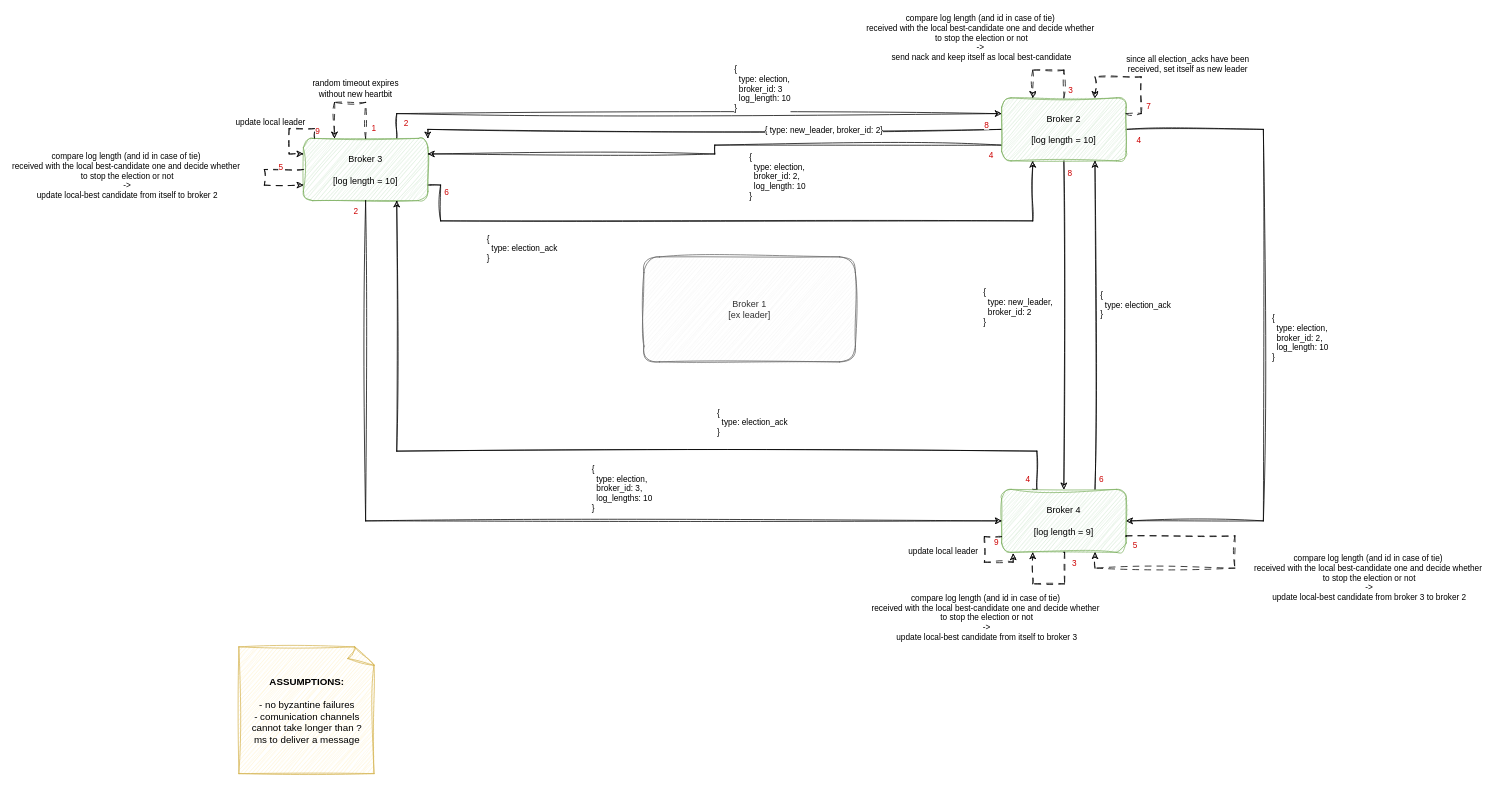
Earlier version of the draw.io diagram page "leader_crash" (4 of 5) of artifacts/DS_Project.drawio (UobinoPino/Reliable-Queuing-System). Source tidied: cells renumbered, new cells numbered last; positions are measured from the earlier drawing's top-left corner, leaving out a move shared by most shapes. Both pictures are drawn from the tidied source at 75%, with x=0, y=0 at pixel (238, 70).
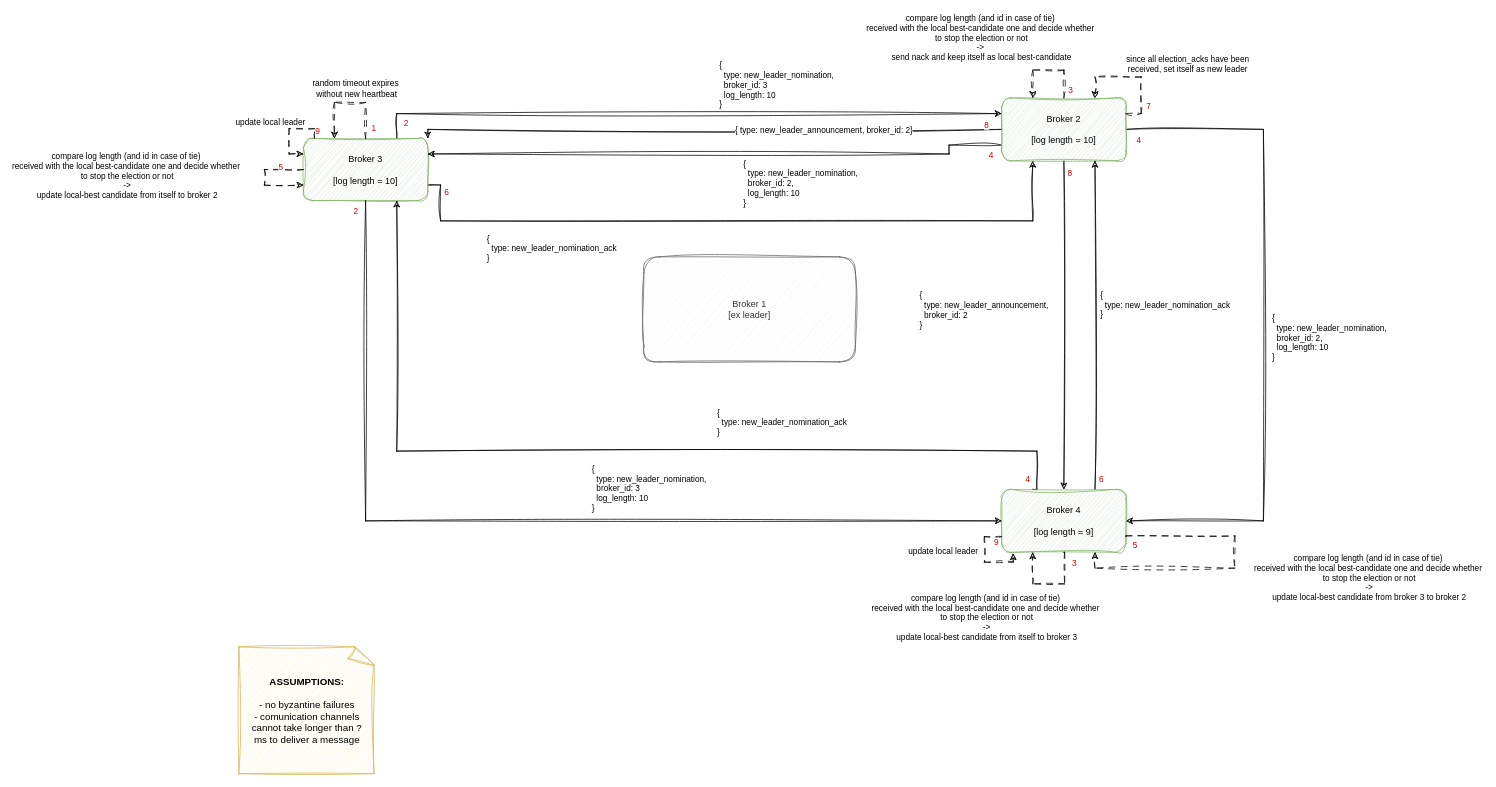
The same page after the edit.

Unchanged cells that the change refers to:
```xml
<mxCell id="2" style="edgeStyle=orthogonalEdgeStyle;shape=connector;rounded=0;sketch=1;jiggle=2;curveFitting=1;jettySize=auto;html=1;exitX=0.75;exitY=0;exitDx=0;exitDy=0;entryX=0;entryY=0.25;entryDx=0;entryDy=0;strokeColor=default;align=left;verticalAlign=middle;fontFamily=Excalifont;fontSize=11;fontColor=default;labelBackgroundColor=default;endArrow=classic;" parent="1" edge="1" source="8" target="24">
  <mxGeometry relative="1" as="geometry" />
</mxCell>
<mxCell id="5" style="edgeStyle=orthogonalEdgeStyle;shape=connector;rounded=0;sketch=1;jiggle=2;curveFitting=1;jettySize=auto;html=1;exitX=1;exitY=0.75;exitDx=0;exitDy=0;entryX=0.25;entryY=1;entryDx=0;entryDy=0;strokeColor=default;align=left;verticalAlign=middle;fontFamily=Excalifont;fontSize=11;fontColor=default;labelBackgroundColor=default;endArrow=classic;" parent="1" edge="1" source="8" target="24">
  <mxGeometry relative="1" as="geometry">
    <Array as="points">
      <mxPoint x="269" y="153" />
      <mxPoint x="269" y="201" />
      <mxPoint x="1058" y="201" />
    </Array>
  </mxGeometry>
</mxCell>
<mxCell id="8" value="&lt;font face=&quot;Excalifont&quot;&gt;Broker 3&lt;/font&gt;&lt;div&gt;&lt;font face=&quot;Excalifont&quot;&gt;&lt;br&gt;&lt;/font&gt;&lt;/div&gt;&lt;div&gt;&lt;font face=&quot;Excalifont&quot;&gt;[log length = 10]&lt;/font&gt;&lt;/div&gt;" style="rounded=1;whiteSpace=wrap;html=1;sketch=1;curveFitting=1;jiggle=2;fontFamily=Excalifont;fillColor=#d5e8d4;strokeColor=#82b366;" parent="1" vertex="1">
  <mxGeometry x="86" y="91" width="166" height="83" as="geometry" />
</mxCell>
<mxCell id="14" style="edgeStyle=orthogonalEdgeStyle;shape=connector;rounded=0;sketch=1;jiggle=2;curveFitting=1;jettySize=auto;html=1;entryX=1;entryY=0.5;entryDx=0;entryDy=0;strokeColor=default;align=left;verticalAlign=middle;fontFamily=Excalifont;fontSize=11;fontColor=default;labelBackgroundColor=default;endArrow=classic;exitX=1;exitY=0.5;exitDx=0;exitDy=0;" parent="1" edge="1" source="24" target="31">
  <mxGeometry relative="1" as="geometry">
    <Array as="points">
      <mxPoint x="1366" y="79" />
      <mxPoint x="1366" y="601" />
    </Array>
  </mxGeometry>
</mxCell>
<mxCell id="18" style="edgeStyle=orthogonalEdgeStyle;shape=connector;rounded=0;sketch=1;jiggle=2;curveFitting=1;jettySize=auto;html=1;exitX=0;exitY=0.5;exitDx=0;exitDy=0;entryX=1;entryY=0;entryDx=0;entryDy=0;strokeColor=default;align=left;verticalAlign=middle;fontFamily=Excalifont;fontSize=11;fontColor=default;labelBackgroundColor=default;endArrow=classic;" parent="1" edge="1" source="24" target="8">
  <mxGeometry relative="1" as="geometry">
    <Array as="points">
      <mxPoint x="252" y="79" />
    </Array>
  </mxGeometry>
</mxCell>
<mxCell id="21" style="edgeStyle=orthogonalEdgeStyle;shape=connector;rounded=0;sketch=1;jiggle=2;curveFitting=1;jettySize=auto;html=1;strokeColor=default;align=left;verticalAlign=middle;fontFamily=Excalifont;fontSize=11;fontColor=default;labelBackgroundColor=default;endArrow=classic;entryX=0.5;entryY=0;entryDx=0;entryDy=0;" parent="1" edge="1" source="24" target="31">
  <mxGeometry relative="1" as="geometry" />
</mxCell>
<mxCell id="24" value="&lt;font face=&quot;Excalifont&quot;&gt;Broker 2&lt;/font&gt;&lt;div&gt;&lt;font face=&quot;Excalifont&quot;&gt;&lt;br&gt;&lt;/font&gt;&lt;/div&gt;&lt;div&gt;&lt;font face=&quot;Excalifont&quot;&gt;[log length = 10]&lt;/font&gt;&lt;/div&gt;" style="rounded=1;whiteSpace=wrap;html=1;sketch=1;curveFitting=1;jiggle=2;fontFamily=Excalifont;fillColor=#d5e8d4;strokeColor=#82b366;" parent="1" vertex="1">
  <mxGeometry x="1017" y="37" width="166" height="84" as="geometry" />
</mxCell>
<mxCell id="25" style="edgeStyle=orthogonalEdgeStyle;shape=connector;rounded=0;sketch=1;jiggle=2;curveFitting=1;jettySize=auto;html=1;exitX=0.25;exitY=0;exitDx=0;exitDy=0;entryX=0.75;entryY=1;entryDx=0;entryDy=0;strokeColor=default;align=left;verticalAlign=middle;fontFamily=Excalifont;fontSize=11;fontColor=default;labelBackgroundColor=default;endArrow=classic;" parent="1" edge="1" source="31" target="8">
  <mxGeometry relative="1" as="geometry">
    <Array as="points">
      <mxPoint x="1064" y="508" />
      <mxPoint x="211" y="508" />
    </Array>
  </mxGeometry>
</mxCell>
<mxCell id="28" style="edgeStyle=orthogonalEdgeStyle;shape=connector;rounded=0;sketch=1;jiggle=2;curveFitting=1;jettySize=auto;html=1;exitX=0.75;exitY=0;exitDx=0;exitDy=0;entryX=0.75;entryY=1;entryDx=0;entryDy=0;strokeColor=default;align=left;verticalAlign=middle;fontFamily=Excalifont;fontSize=11;fontColor=default;labelBackgroundColor=default;endArrow=classic;" parent="1" edge="1" source="31" target="24">
  <mxGeometry relative="1" as="geometry" />
</mxCell>
<mxCell id="32" style="edgeStyle=orthogonalEdgeStyle;shape=connector;rounded=0;sketch=1;jiggle=2;curveFitting=1;orthogonalLoop=1;jettySize=auto;html=1;exitX=0.5;exitY=0;exitDx=0;exitDy=0;entryX=0.25;entryY=0;entryDx=0;entryDy=0;strokeColor=default;align=left;verticalAlign=middle;fontFamily=Excalifont;fontSize=11;fontColor=default;labelBackgroundColor=default;endArrow=classic;dashed=1;dashPattern=8 8;" parent="1" edge="1" source="8" target="8">
  <mxGeometry relative="1" as="geometry">
    <Array as="points">
      <mxPoint x="169" y="43" />
      <mxPoint x="128" y="43" />
    </Array>
  </mxGeometry>
</mxCell>
<mxCell id="36" style="edgeStyle=orthogonalEdgeStyle;shape=connector;rounded=0;sketch=1;jiggle=2;curveFitting=1;jettySize=auto;html=1;exitX=0.5;exitY=1;exitDx=0;exitDy=0;entryX=0;entryY=0.5;entryDx=0;entryDy=0;strokeColor=default;align=left;verticalAlign=middle;fontFamily=Excalifont;fontSize=11;fontColor=default;labelBackgroundColor=default;endArrow=classic;" parent="1" edge="1" source="8" target="31">
  <mxGeometry relative="1" as="geometry" />
</mxCell>
```

Change to the diagram source:
```diff
@@
-    <mxCell id="4" value="{&lt;div&gt;&amp;nbsp; type: election,&lt;/div&gt;&lt;div&gt;&amp;nbsp; broker_id: 3&lt;br&gt;&amp;nbsp; log_length: 10&lt;/div&gt;&lt;div&gt;}&lt;/div&gt;" style="edgeLabel;html=1;align=left;verticalAlign=middle;rounded=1;sketch=1;jiggle=2;curveFitting=1;strokeColor=default;fontFamily=Excalifont;fontSize=11;fontColor=default;labelBackgroundColor=default;fillColor=default;" parent="2" vertex="1">
+    <mxCell id="4" value="{&lt;div&gt;&amp;nbsp; type: new_leader_nomination,&lt;/div&gt;&lt;div&gt;&amp;nbsp; broker_id: 3&lt;br&gt;&amp;nbsp; log_length: 10&lt;/div&gt;&lt;div&gt;}&lt;/div&gt;" style="edgeLabel;html=1;align=left;verticalAlign=middle;rounded=1;sketch=1;jiggle=2;curveFitting=1;strokeColor=default;fontFamily=Excalifont;fontSize=11;fontColor=default;labelBackgroundColor=default;fillColor=default;" parent="2" vertex="1">
       <mxGeometry x="0.13" relative="1" as="geometry">
-        <mxPoint x="7" y="-34" as="offset" />
+        <mxPoint x="-13" y="-39" as="offset" />
       </mxGeometry>
     </mxCell>
@@
-    <mxCell id="7" value="{&lt;div&gt;&amp;nbsp; type: election_ack&lt;/div&gt;&lt;div&gt;}&lt;/div&gt;" style="edgeLabel;html=1;align=left;verticalAlign=middle;fontFamily=Excalifont;fontSize=11;fontColor=default;labelBackgroundColor=default;" parent="5" vertex="1">
+    <mxCell id="7" value="{&lt;div&gt;&amp;nbsp; type: new_leader_nomination_ack&lt;br&gt;&lt;/div&gt;&lt;div&gt;}&lt;/div&gt;" style="edgeLabel;html=1;align=left;verticalAlign=middle;fontFamily=Excalifont;fontSize=11;fontColor=default;labelBackgroundColor=default;" parent="5" vertex="1">
       <mxGeometry x="-0.61" y="2" relative="1" as="geometry">
         <mxPoint x="-57" y="38" as="offset" />
       </mxGeometry>
     </mxCell>
@@
     <mxCell id="10" style="edgeStyle=orthogonalEdgeStyle;shape=connector;rounded=0;sketch=1;jiggle=2;curveFitting=1;jettySize=auto;html=1;exitX=0;exitY=0.75;exitDx=0;exitDy=0;entryX=1;entryY=0.25;entryDx=0;entryDy=0;strokeColor=default;align=left;verticalAlign=middle;fontFamily=Excalifont;fontSize=11;fontColor=default;labelBackgroundColor=default;endArrow=classic;" parent="1" edge="1" source="24" target="8">
-      <mxGeometry relative="1" as="geometry" />
+      <mxGeometry relative="1" as="geometry">
+        <Array as="points">
+          <mxPoint x="947" y="100" />
+          <mxPoint x="947" y="112" />
+        </Array>
+      </mxGeometry>
     </mxCell>
@@
-    <mxCell id="12" value="{&lt;div&gt;&amp;nbsp; type: election,&lt;/div&gt;&lt;div&gt;&amp;nbsp; broker_id: 2,&lt;/div&gt;&lt;div&gt;&amp;nbsp; log_length: 10&lt;/div&gt;&lt;div&gt;}&lt;/div&gt;" style="edgeLabel;html=1;align=left;verticalAlign=middle;rounded=1;sketch=1;jiggle=2;curveFitting=1;strokeColor=default;fontFamily=Excalifont;fontSize=11;fontColor=default;labelBackgroundColor=default;fillColor=default;" parent="10" vertex="1">
+    <mxCell id="12" value="{&lt;div&gt;&amp;nbsp; type: new_leader_nomination,&lt;/div&gt;&lt;div&gt;&amp;nbsp; broker_id: 2,&lt;/div&gt;&lt;div&gt;&amp;nbsp; log_length: 10&lt;/div&gt;&lt;div&gt;}&lt;/div&gt;" style="edgeLabel;html=1;align=left;verticalAlign=middle;rounded=1;sketch=1;jiggle=2;curveFitting=1;strokeColor=default;fontFamily=Excalifont;fontSize=11;fontColor=default;labelBackgroundColor=default;fillColor=default;" parent="10" vertex="1">
       <mxGeometry x="-0.27" y="-1" relative="1" as="geometry">
-        <mxPoint x="-54" y="42" as="offset" />
+        <mxPoint x="-74" y="40" as="offset" />
       </mxGeometry>
     </mxCell>
@@
-    <mxCell id="17" value="&lt;span style=&quot;&quot;&gt;{&lt;/span&gt;&lt;div style=&quot;&quot;&gt;&amp;nbsp; type: election,&lt;/div&gt;&lt;div style=&quot;&quot;&gt;&amp;nbsp; broker_id: 2,&lt;/div&gt;&lt;div style=&quot;&quot;&gt;&amp;nbsp; log_length: 10&lt;/div&gt;&lt;div style=&quot;&quot;&gt;}&lt;/div&gt;" style="edgeLabel;html=1;align=left;verticalAlign=middle;fontFamily=Excalifont;fontSize=11;fontColor=default;labelBackgroundColor=default;" parent="14" vertex="1">
+    <mxCell id="17" value="{&lt;div&gt;&amp;nbsp; type: new_leader_nomination,&lt;/div&gt;&lt;div&gt;&amp;nbsp; broker_id: 2,&lt;/div&gt;&lt;div&gt;&amp;nbsp; log_length: 10&lt;/div&gt;&lt;div&gt;}&lt;/div&gt;" style="edgeLabel;html=1;align=left;verticalAlign=middle;fontFamily=Excalifont;fontSize=11;fontColor=default;labelBackgroundColor=default;" parent="14" vertex="1">
       <mxGeometry x="-0.1" y="-1" relative="1" as="geometry">
         <mxPoint x="11" y="60" as="offset" />
       </mxGeometry>
     </mxCell>
@@
-    <mxCell id="20" value="{ type: new_leader, broker_id: 2}" style="edgeLabel;html=1;align=center;verticalAlign=middle;fontFamily=Excalifont;fontSize=11;fontColor=default;labelBackgroundColor=default;" parent="18" vertex="1">
+    <mxCell id="20" value="{ type: new_leader_announcement, broker_id: 2}" style="edgeLabel;html=1;align=center;verticalAlign=middle;fontFamily=Excalifont;fontSize=11;fontColor=default;labelBackgroundColor=default;" parent="18" vertex="1">
       <mxGeometry x="-0.43" y="2" relative="1" as="geometry">
         <mxPoint x="-17" y="-2" as="offset" />
       </mxGeometry>
     </mxCell>
@@
-    <mxCell id="22" value="{&lt;div&gt;&amp;nbsp; type: new_leader,&lt;/div&gt;&lt;div&gt;&amp;nbsp; broker_id: 2&lt;/div&gt;&lt;div&gt;}&lt;/div&gt;" style="edgeLabel;html=1;align=left;verticalAlign=middle;fontFamily=Excalifont;fontSize=11;fontColor=default;labelBackgroundColor=default;" parent="21" vertex="1">
+    <mxCell id="22" value="{&lt;div&gt;&amp;nbsp; type: new_leader_announcement,&lt;/div&gt;&lt;div&gt;&amp;nbsp; broker_id: 2&lt;/div&gt;&lt;div&gt;}&lt;/div&gt;" style="edgeLabel;html=1;align=left;verticalAlign=middle;fontFamily=Excalifont;fontSize=11;fontColor=default;labelBackgroundColor=default;" parent="21" vertex="1">
       <mxGeometry x="-0.11" y="-3" relative="1" as="geometry">
-        <mxPoint x="-106" y="-1" as="offset" />
+        <mxPoint x="-191" y="3" as="offset" />
       </mxGeometry>
     </mxCell>
@@
-    <mxCell id="27" value="&lt;span style=&quot;&quot;&gt;{&lt;/span&gt;&lt;div style=&quot;&quot;&gt;&amp;nbsp; type: election_ack&lt;br&gt;&lt;/div&gt;&lt;div style=&quot;&quot;&gt;}&lt;/div&gt;" style="edgeLabel;html=1;align=left;verticalAlign=middle;rounded=1;sketch=1;jiggle=2;curveFitting=1;strokeColor=default;fontFamily=Excalifont;fontSize=11;fontColor=default;labelBackgroundColor=default;fillColor=default;" parent="25" vertex="1">
+    <mxCell id="27" value="&lt;span style=&quot;&quot;&gt;{&lt;/span&gt;&lt;div style=&quot;&quot;&gt;&amp;nbsp; type: new_leader_nomination_ack&lt;br&gt;&lt;/div&gt;&lt;div style=&quot;&quot;&gt;}&lt;/div&gt;" style="edgeLabel;html=1;align=left;verticalAlign=middle;rounded=1;sketch=1;jiggle=2;curveFitting=1;strokeColor=default;fontFamily=Excalifont;fontSize=11;fontColor=default;labelBackgroundColor=default;fillColor=default;" parent="25" vertex="1">
       <mxGeometry x="-0.26" relative="1" as="geometry">
         <mxPoint x="-25" y="-39" as="offset" />
       </mxGeometry>
     </mxCell>
@@
-    <mxCell id="30" value="{&lt;div&gt;&amp;nbsp; type: election_ack&lt;/div&gt;&lt;div&gt;}&lt;/div&gt;" style="edgeLabel;html=1;align=left;verticalAlign=middle;fontFamily=Excalifont;fontSize=11;fontColor=default;labelBackgroundColor=default;" parent="28" vertex="1">
+    <mxCell id="30" value="{&lt;div&gt;&amp;nbsp; type: new_leader_nomination_ack&lt;br&gt;&lt;/div&gt;&lt;div&gt;}&lt;/div&gt;" style="edgeLabel;html=1;align=left;verticalAlign=middle;fontFamily=Excalifont;fontSize=11;fontColor=default;labelBackgroundColor=default;" parent="28" vertex="1">
       <mxGeometry x="0.22" relative="1" as="geometry">
         <mxPoint x="5" y="20" as="offset" />
       </mxGeometry>
     </mxCell>
@@
-    <mxCell id="33" value="random timeout expires&amp;nbsp;&lt;div&gt;without new heartbit&amp;nbsp;&lt;/div&gt;" style="edgeLabel;html=1;align=center;verticalAlign=middle;rounded=1;sketch=1;jiggle=2;curveFitting=1;strokeColor=default;fontFamily=Excalifont;fontSize=11;fontColor=default;labelBackgroundColor=default;fillColor=default;" parent="32" vertex="1">
+    <mxCell id="33" value="random timeout expires&amp;nbsp;&lt;div&gt;without new heartbeat&lt;/div&gt;" style="edgeLabel;html=1;align=center;verticalAlign=middle;rounded=1;sketch=1;jiggle=2;curveFitting=1;strokeColor=default;fontFamily=Excalifont;fontSize=11;fontColor=default;labelBackgroundColor=default;fillColor=default;" parent="32" vertex="1">
       <mxGeometry x="-0.16" y="1" relative="1" as="geometry">
         <mxPoint x="-3" y="-20" as="offset" />
       </mxGeometry>
     </mxCell>
@@
-    <mxCell id="38" value="{&lt;div&gt;&amp;nbsp; type: election,&lt;br&gt;&amp;nbsp; broker_id: 3,&lt;br&gt;&amp;nbsp; log_lengths: 10&lt;/div&gt;&lt;div&gt;}&lt;/div&gt;" style="edgeLabel;html=1;align=left;verticalAlign=middle;rounded=1;sketch=1;jiggle=2;curveFitting=1;strokeColor=default;fontFamily=Excalifont;fontSize=11;fontColor=default;labelBackgroundColor=default;fillColor=default;" parent="36" vertex="1">
+    <mxCell id="38" value="{&lt;div&gt;&amp;nbsp; type: new_leader_nomination,&lt;/div&gt;&lt;div&gt;&amp;nbsp; broker_id: 3&lt;br&gt;&amp;nbsp; log_length: 10&lt;/div&gt;&lt;div&gt;}&lt;/div&gt;" style="edgeLabel;html=1;align=left;verticalAlign=middle;rounded=1;sketch=1;jiggle=2;curveFitting=1;strokeColor=default;fontFamily=Excalifont;fontSize=11;fontColor=default;labelBackgroundColor=default;fillColor=default;" parent="36" vertex="1">
       <mxGeometry x="0.13" relative="1" as="geometry">
         <mxPoint x="7" y="-44" as="offset" />
       </mxGeometry>
     </mxCell>
```
